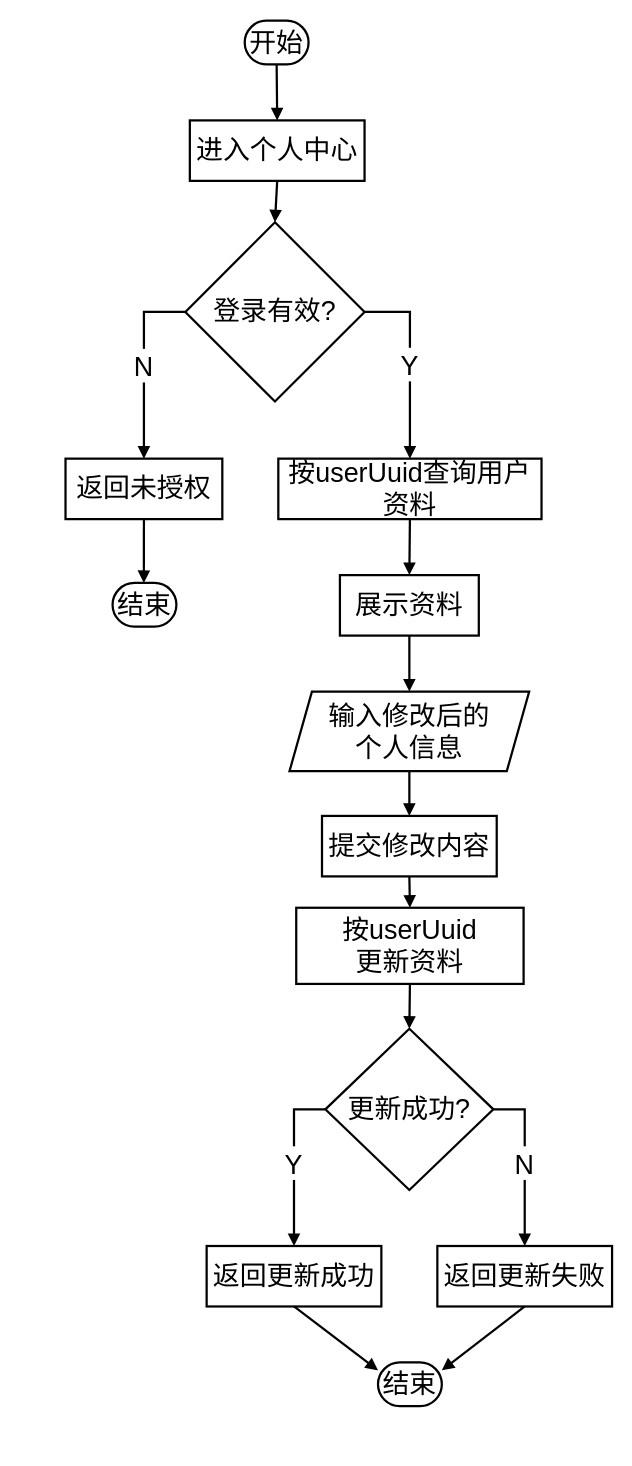
This is 个人信息管理功能流程图.drawio from LichCarlos/darwIo, a draw.io file, before an edit. Source tidied: cells renumbered, new cells numbered last; positions are measured from the earlier drawing's top-left corner, leaving out a move shared by most shapes. Both pictures are drawn from the tidied source at 112%, with x=0, y=0 at pixel (65, -370).
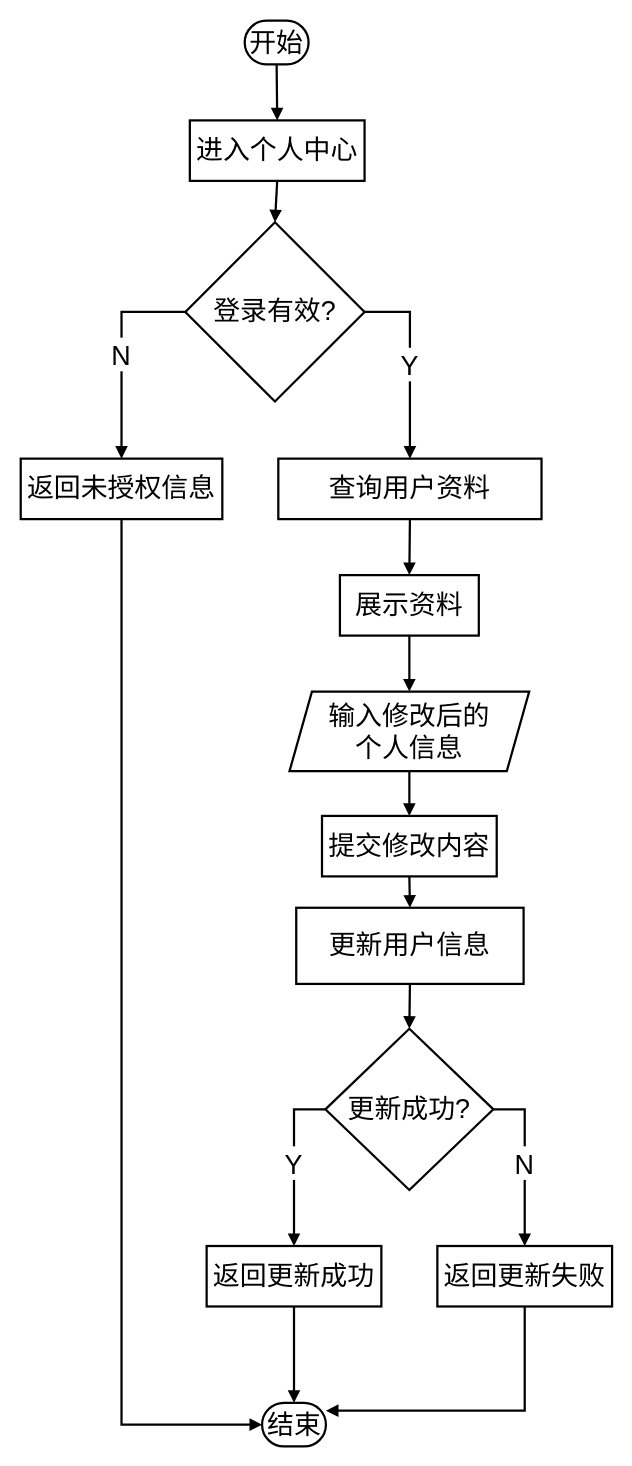
The same page after the edit.

Commit message:
更新个人信息管理功能流程图.drawio

The change refers to these unchanged cells:
```xml
<mxCell id="16" value="返回更新成功" style="whiteSpace=wrap;strokeWidth=2;fontSize=24;" parent="1" vertex="1">
  <mxGeometry x="126" y="1442" width="156" height="54" as="geometry" />
</mxCell>
<mxCell id="17" value="返回更新失败" style="whiteSpace=wrap;strokeWidth=2;fontSize=24;" parent="1" vertex="1">
  <mxGeometry x="332" y="1442" width="156" height="54" as="geometry" />
</mxCell>
```

Diff of the diagram source:
```diff
@@
-    <mxCell id="8" value="返回未授权" style="whiteSpace=wrap;strokeWidth=2;fontSize=24;" parent="1" vertex="1">
-      <mxGeometry y="739" width="140" height="54" as="geometry" />
+    <mxCell id="8" value="返回未授权信息" style="whiteSpace=wrap;strokeWidth=2;fontSize=24;" parent="1" vertex="1">
+      <mxGeometry x="-40" y="739" width="180" height="54" as="geometry" />
     </mxCell>
-    <mxCell id="9" value="结束" style="rounded=1;whiteSpace=wrap;arcSize=50;strokeWidth=2;fontSize=24;" parent="1" vertex="1">
-      <mxGeometry x="42" y="850" width="57" height="39" as="geometry" />
-    </mxCell>
-    <mxCell id="10" value="按userUuid查询用户资料" style="whiteSpace=wrap;strokeWidth=2;fontSize=24;" parent="1" vertex="1">
+    <mxCell id="10" value="查询用户资料" style="whiteSpace=wrap;strokeWidth=2;fontSize=24;" parent="1" vertex="1">
       <mxGeometry x="190" y="739" width="235" height="54" as="geometry" />
     </mxCell>
@@
-    <mxCell id="14" value="按userUuid&#10;更新资料" style="whiteSpace=wrap;strokeWidth=2;fontSize=24;" parent="1" vertex="1">
+    <mxCell id="14" value="更新用户信息" style="whiteSpace=wrap;strokeWidth=2;fontSize=24;" parent="1" vertex="1">
       <mxGeometry x="206" y="1140" width="203" height="68" as="geometry" />
     </mxCell>
@@
     <mxCell id="18" value="结束" style="rounded=1;whiteSpace=wrap;arcSize=50;strokeWidth=2;fontSize=24;" parent="1" vertex="1">
-      <mxGeometry x="279" y="1546" width="57" height="39" as="geometry" />
+      <mxGeometry x="175.5" y="1582" width="57" height="39" as="geometry" />
     </mxCell>
@@
-    <mxCell id="22" style="curved=1;startArrow=none;endArrow=block;strokeWidth=2;exitX=0.5;exitY=1;entryX=0.49;entryY=0.01;rounded=0;fontSize=24;" parent="1" edge="1" source="8" target="9">
+    <mxCell id="22" style="startArrow=none;endArrow=block;strokeWidth=2;exitX=0.5;exitY=1;entryX=0;entryY=0.5;rounded=0;fontSize=24;entryDx=0;entryDy=0;edgeStyle=orthogonalEdgeStyle;" parent="1" edge="1" source="8" target="18">
       <mxGeometry relative="1" as="geometry" />
     </mxCell>
@@
-    <mxCell id="31" style="startArrow=none;endArrow=block;strokeWidth=2;exitX=0.5;exitY=1;entryX=0;entryY=0.18;rounded=0;fontSize=24;" parent="1" edge="1" source="16" target="18">
+    <mxCell id="31" style="startArrow=none;endArrow=block;strokeWidth=2;exitX=0.5;exitY=1;entryX=0.5;entryY=0;rounded=0;fontSize=24;entryDx=0;entryDy=0;" parent="1" edge="1" source="16" target="18">
       <mxGeometry relative="1" as="geometry" />
     </mxCell>
-    <mxCell id="32" style="startArrow=none;endArrow=block;strokeWidth=2;exitX=0.5;exitY=1;entryX=1;entryY=0.18;rounded=0;fontSize=24;" parent="1" edge="1" source="17" target="18">
+    <mxCell id="32" style="startArrow=none;endArrow=block;strokeWidth=2;exitX=0.5;exitY=1;entryX=1;entryY=0.18;rounded=0;fontSize=24;edgeStyle=orthogonalEdgeStyle;" parent="1" edge="1" source="17" target="18">
       <mxGeometry relative="1" as="geometry" />
     </mxCell>
```
